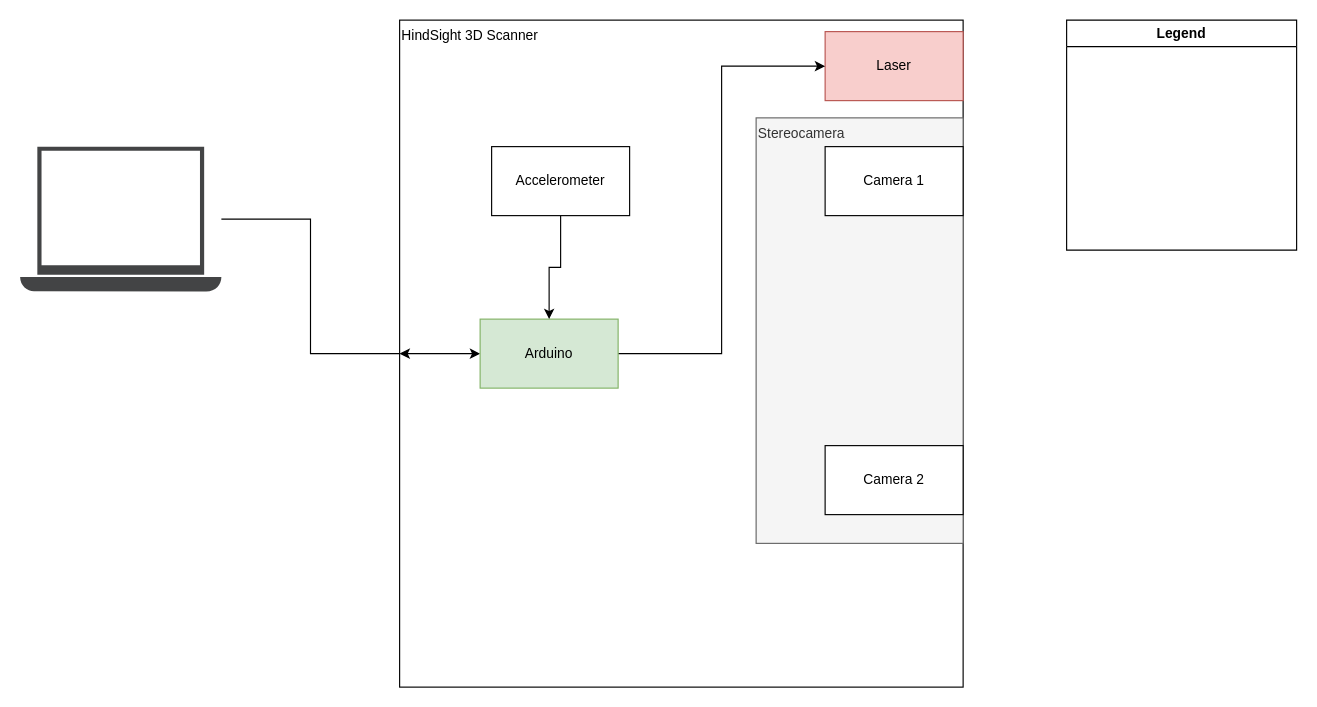
Before: page "System Architecture" (1 of 4) of docs/HindSight_Architecture.drawio in raycemartin/HindSight, a draw.io diagram. Source tidied: cells renumbered, new cells numbered last; positions are measured from the earlier drawing's top-left corner, leaving out a move shared by most shapes. Both pictures are drawn from the tidied source at 115%, with x=0, y=0 at pixel (20, 20).
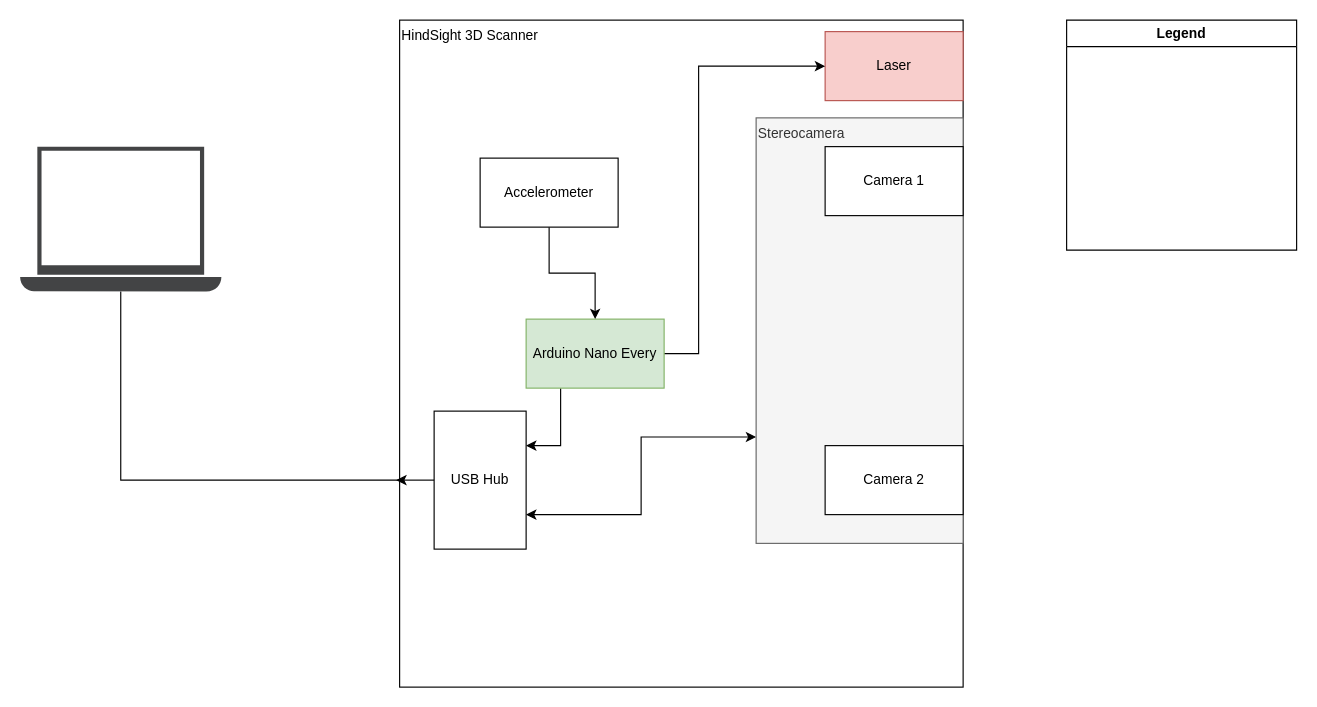
The same diagram, later.

The edit, as a diff of the source:
```diff
@@
 <mxGraphModel>
   <root>
     <mxCell id="0" />
     <mxCell id="1" parent="0" />
-    <mxCell id="2" style="edgeStyle=orthogonalEdgeStyle;rounded=0;jettySize=auto;html=1;exitX=0;exitY=0.5;exitDx=0;exitDy=0;endArrow=none;startFill=0;" parent="1" edge="1" source="3" target="13">
+    <mxCell id="2" style="edgeStyle=orthogonalEdgeStyle;rounded=0;jettySize=auto;html=1;exitX=0;exitY=0.5;exitDx=0;exitDy=0;endArrow=none;startFill=0;" parent="1" edge="1" source="17" target="13">
       <mxGeometry relative="1" as="geometry" />
     </mxCell>
     <mxCell id="3" value="HindSight 3D Scanner" style="rounded=0;whiteSpace=wrap;html=1;align=left;verticalAlign=top;" parent="1" vertex="1">
       <mxGeometry x="330" width="490" height="580" as="geometry" />
     </mxCell>
     <mxCell id="4" value="Laser" style="rounded=0;whiteSpace=wrap;html=1;fillColor=#f8cecc;strokeColor=#b85450;" parent="1" vertex="1">
       <mxGeometry x="700" y="10" width="120" height="60" as="geometry" />
     </mxCell>
+    <mxCell id="15" style="edgeStyle=orthogonalEdgeStyle;rounded=0;jettySize=auto;html=1;exitX=0;exitY=0.75;exitDx=0;exitDy=0;entryX=1;entryY=0.75;entryDx=0;entryDy=0;startArrow=classic;startFill=1;" parent="1" edge="1" source="5" target="17">
+      <mxGeometry relative="1" as="geometry" />
+    </mxCell>
     <mxCell id="5" value="Stereocamera" style="rounded=0;whiteSpace=wrap;html=1;align=left;verticalAlign=top;fillColor=#f5f5f5;fontColor=#333333;strokeColor=#666666;" parent="1" vertex="1">
       <mxGeometry x="640" y="85" width="180" height="370" as="geometry" />
     </mxCell>
     <mxCell id="6" value="Camera 1" style="rounded=0;whiteSpace=wrap;html=1;" parent="1" vertex="1">
       <mxGeometry x="700" y="110" width="120" height="60" as="geometry" />
     </mxCell>
     <mxCell id="7" value="Camera 2" style="rounded=0;whiteSpace=wrap;html=1;" parent="1" vertex="1">
       <mxGeometry x="700" y="370" width="120" height="60" as="geometry" />
     </mxCell>
     <mxCell id="8" style="edgeStyle=orthogonalEdgeStyle;rounded=0;jettySize=auto;html=1;exitX=1;exitY=0.5;exitDx=0;exitDy=0;entryX=0;entryY=0.5;entryDx=0;entryDy=0;" parent="1" edge="1" source="10" target="4">
-      <mxGeometry relative="1" as="geometry" />
+      <mxGeometry relative="1" as="geometry">
+        <Array as="points">
+          <mxPoint x="590" y="290" />
+          <mxPoint x="590" y="40" />
+        </Array>
+      </mxGeometry>
     </mxCell>
-    <mxCell id="9" style="edgeStyle=orthogonalEdgeStyle;rounded=0;jettySize=auto;html=1;exitX=0;exitY=0.5;exitDx=0;exitDy=0;entryX=0;entryY=0.5;entryDx=0;entryDy=0;endArrow=classic;startFill=1;startArrow=classic;endFill=1;" parent="1" edge="1" source="10" target="3">
-      <mxGeometry relative="1" as="geometry">
-        <Array as="points">
-          <mxPoint x="400" y="290" />
-          <mxPoint x="400" y="290" />
-        </Array>
-      </mxGeometry>
-    </mxCell>
+    <mxCell id="16" style="edgeStyle=orthogonalEdgeStyle;rounded=0;jettySize=auto;html=1;exitX=0.25;exitY=1;exitDx=0;exitDy=0;entryX=1;entryY=0.25;entryDx=0;entryDy=0;" parent="1" edge="1" source="10" target="17">
+      <mxGeometry relative="1" as="geometry" />
+    </mxCell>
-    <mxCell id="10" value="Arduino" style="rounded=0;whiteSpace=wrap;html=1;fillColor=#d5e8d4;strokeColor=#82b366;" parent="1" vertex="1">
-      <mxGeometry x="400" y="260" width="120" height="60" as="geometry" />
+    <mxCell id="10" value="Arduino Nano Every" style="rounded=0;whiteSpace=wrap;html=1;fillColor=#d5e8d4;strokeColor=#82b366;" parent="1" vertex="1">
+      <mxGeometry x="440" y="260" width="120" height="60" as="geometry" />
     </mxCell>
     <mxCell id="11" style="edgeStyle=orthogonalEdgeStyle;rounded=0;jettySize=auto;html=1;exitX=0.5;exitY=1;exitDx=0;exitDy=0;entryX=0.5;entryY=0;entryDx=0;entryDy=0;" parent="1" edge="1" source="12" target="10">
       <mxGeometry relative="1" as="geometry" />
     </mxCell>
     <mxCell id="12" value="Accelerometer" style="rounded=0;whiteSpace=wrap;html=1;" parent="1" vertex="1">
-      <mxGeometry x="410" y="110" width="120" height="60" as="geometry" />
+      <mxGeometry x="400" y="120" width="120" height="60" as="geometry" />
     </mxCell>
     <mxCell id="13" style="sketch=0;shadow=0;dashed=0;html=1;strokeColor=none;fillColor=#434445;labelPosition=center;verticalLabelPosition=bottom;verticalAlign=top;align=center;outlineConnect=0;shape=mxgraph.vvd.laptop;" parent="1" vertex="1">
       <mxGeometry y="110" width="175" height="126" as="geometry" />
     </mxCell>
     <mxCell id="14" value="Legend" style="swimlane;whiteSpace=wrap;html=1;fillColor=#FFFFFF;" parent="1" vertex="1">
       <mxGeometry x="910" width="200" height="200" as="geometry" />
     </mxCell>
+    <mxCell id="17" value="USB Hub" style="rounded=0;whiteSpace=wrap;html=1;" parent="1" vertex="1">
+      <mxGeometry x="360" y="340" width="80" height="120" as="geometry" />
+    </mxCell>
+    <mxCell id="18" style="edgeStyle=orthogonalEdgeStyle;rounded=0;jettySize=auto;html=1;exitX=0;exitY=0.5;exitDx=0;exitDy=0;entryX=-0.006;entryY=0.69;entryDx=0;entryDy=0;entryPerimeter=0;" parent="1" edge="1" source="17" target="3">
+      <mxGeometry relative="1" as="geometry" />
+    </mxCell>
   </root>
 </mxGraphModel>
```
